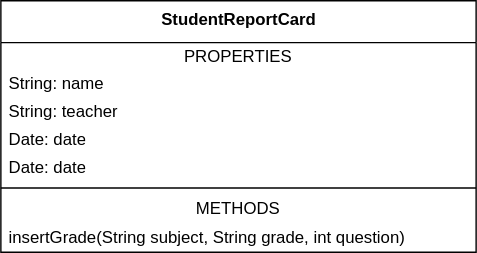
Above: draw.io/lower15_student_report.drawio.svg in erikacamilleri/secib-java-course (draw.io), before the change. Source tidied: cells renumbered, new cells last; positions are measured from the earlier drawing's top-left corner, leaving out a move shared by most shapes.
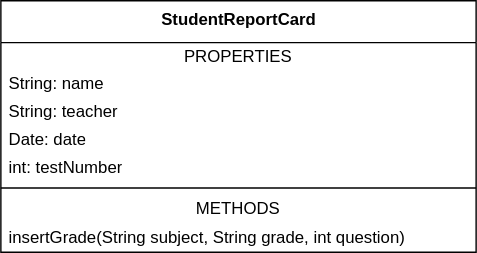
The same diagram one commit later.

Diff of the diagram source:
```diff
@@ -17,7 +17,7 @@
     <mxCell id="6" value="Date: date" style="text;html=1;strokeColor=none;fillColor=none;align=left;verticalAlign=middle;spacingLeft=4;spacingRight=4;overflow=hidden;" parent="2" vertex="1">
       <mxGeometry y="90" width="340" height="20" as="geometry" />
     </mxCell>
-    <mxCell id="7" value="Date: date" style="text;html=1;strokeColor=none;fillColor=none;align=left;verticalAlign=middle;spacingLeft=4;spacingRight=4;overflow=hidden;" parent="2" vertex="1">
+    <mxCell id="7" value="int: testNumber" style="text;html=1;strokeColor=none;fillColor=none;align=left;verticalAlign=middle;spacingLeft=4;spacingRight=4;overflow=hidden;" parent="2" vertex="1">
       <mxGeometry y="110" width="340" height="20" as="geometry" />
     </mxCell>
     <mxCell id="8" style="line;strokeWidth=1;fillColor=none;align=left;verticalAlign=middle;spacingTop=-1;spacingLeft=3;spacingRight=3;labelPosition=right;" parent="2" vertex="1">
```
